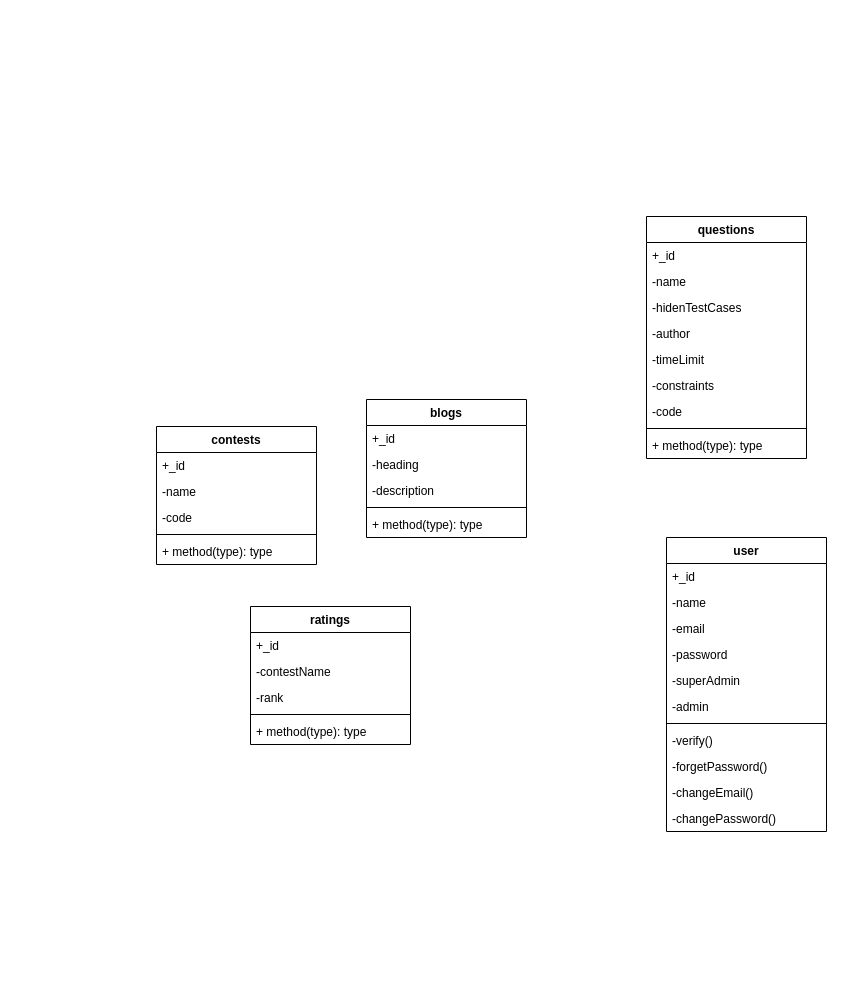
Before: classDiagram.drawio in 00sukhjeet00/codechef-clone-diagrams, a draw.io diagram. Source tidied: cells renumbered, new cells numbered last; positions are measured from the earlier drawing's top-left corner, leaving out a move shared by most shapes. Both pictures are drawn from the tidied source at 100%, with x=0, y=0 at pixel (156, 216).
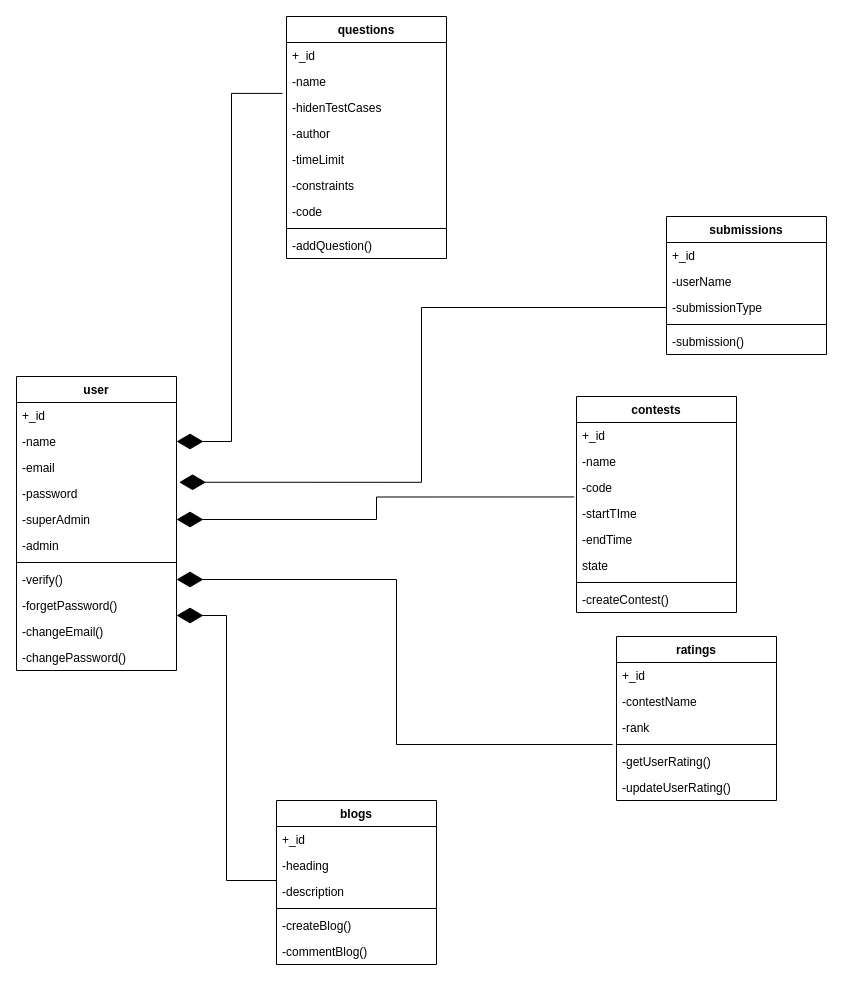
The same diagram, later.

The change refers to these unchanged cells:
```xml
<mxCell id="4" value="-name" style="text;strokeColor=none;fillColor=none;align=left;verticalAlign=top;spacingLeft=4;spacingRight=4;overflow=hidden;points=[[0,0.5],[1,0.5]];portConstraint=eastwest;" parent="2" vertex="1">
  <mxGeometry y="52" width="160" height="26" as="geometry" />
</mxCell>
<mxCell id="6" value="-password" style="text;strokeColor=none;fillColor=none;align=left;verticalAlign=top;spacingLeft=4;spacingRight=4;overflow=hidden;points=[[0,0.5],[1,0.5]];portConstraint=eastwest;" parent="2" vertex="1">
  <mxGeometry y="104" width="160" height="26" as="geometry" />
</mxCell>
<mxCell id="7" value="-superAdmin" style="text;strokeColor=none;fillColor=none;align=left;verticalAlign=top;spacingLeft=4;spacingRight=4;overflow=hidden;points=[[0,0.5],[1,0.5]];portConstraint=eastwest;" parent="2" vertex="1">
  <mxGeometry y="130" width="160" height="26" as="geometry" />
</mxCell>
<mxCell id="10" value="-verify()" style="text;strokeColor=none;fillColor=none;align=left;verticalAlign=top;spacingLeft=4;spacingRight=4;overflow=hidden;points=[[0,0.5],[1,0.5]];portConstraint=eastwest;" parent="2" vertex="1">
  <mxGeometry y="190" width="160" height="26" as="geometry" />
</mxCell>
<mxCell id="11" value="-forgetPassword()" style="text;strokeColor=none;fillColor=none;align=left;verticalAlign=top;spacingLeft=4;spacingRight=4;overflow=hidden;points=[[0,0.5],[1,0.5]];portConstraint=eastwest;" parent="2" vertex="1">
  <mxGeometry y="216" width="160" height="26" as="geometry" />
</mxCell>
<mxCell id="23" value="-description" style="text;strokeColor=none;fillColor=none;align=left;verticalAlign=top;spacingLeft=4;spacingRight=4;overflow=hidden;points=[[0,0.5],[1,0.5]];portConstraint=eastwest;" parent="20" vertex="1">
  <mxGeometry y="78" width="160" height="26" as="geometry" />
</mxCell>
<mxCell id="35" value="-hidenTestCases" style="text;strokeColor=none;fillColor=none;align=left;verticalAlign=top;spacingLeft=4;spacingRight=4;overflow=hidden;points=[[0,0.5],[1,0.5]];portConstraint=eastwest;" parent="32" vertex="1">
  <mxGeometry y="78" width="160" height="26" as="geometry" />
</mxCell>
```

Change to the diagram source:
```diff
@@
     <mxCell id="2" value="user" style="swimlane;fontStyle=1;align=center;verticalAlign=top;horizontal=1;startSize=26;" parent="1" vertex="1">
-      <mxGeometry x="510" y="321" width="160" height="294" as="geometry" />
+      <mxGeometry x="-140" y="160" width="160" height="294" as="geometry" />
     </mxCell>
@@
     <mxCell id="14" value="contests" style="swimlane;fontStyle=1;align=center;verticalAlign=top;horizontal=1;startSize=26;" parent="1" vertex="1">
-      <mxGeometry y="210" width="160" height="138" as="geometry" />
+      <mxGeometry x="420" y="180" width="160" height="216" as="geometry" />
     </mxCell>
@@
+    <mxCell id="42" value="-startTIme" style="text;strokeColor=none;fillColor=none;align=left;verticalAlign=top;spacingLeft=4;spacingRight=4;overflow=hidden;points=[[0,0.5],[1,0.5]];portConstraint=eastwest;" parent="14" vertex="1">
+      <mxGeometry y="104" width="160" height="26" as="geometry" />
+    </mxCell>
+    <mxCell id="43" value="-endTime" style="text;strokeColor=none;fillColor=none;align=left;verticalAlign=top;spacingLeft=4;spacingRight=4;overflow=hidden;" parent="14" vertex="1">
+      <mxGeometry y="130" width="160" height="26" as="geometry" />
+    </mxCell>
+    <mxCell id="44" value="state" style="text;strokeColor=none;fillColor=none;align=left;verticalAlign=top;spacingLeft=4;spacingRight=4;overflow=hidden;" parent="14" vertex="1">
+      <mxGeometry y="156" width="160" height="26" as="geometry" />
+    </mxCell>
     <mxCell id="18" style="line;strokeWidth=1;fillColor=none;align=left;verticalAlign=middle;spacingTop=-1;spacingLeft=3;spacingRight=3;labelPosition=right;" parent="14" vertex="1">
-      <mxGeometry y="104" width="160" height="8" as="geometry" />
+      <mxGeometry y="182" width="160" height="8" as="geometry" />
     </mxCell>
-    <mxCell id="19" value="+ method(type): type" style="text;strokeColor=none;fillColor=none;align=left;verticalAlign=top;spacingLeft=4;spacingRight=4;overflow=hidden;" parent="14" vertex="1">
-      <mxGeometry y="112" width="160" height="26" as="geometry" />
+    <mxCell id="19" value="-createContest()" style="text;strokeColor=none;fillColor=none;align=left;verticalAlign=top;spacingLeft=4;spacingRight=4;overflow=hidden;" parent="14" vertex="1">
+      <mxGeometry y="190" width="160" height="26" as="geometry" />
     </mxCell>
     <mxCell id="20" value="blogs" style="swimlane;fontStyle=1;align=center;verticalAlign=top;horizontal=1;startSize=26;" parent="1" vertex="1">
-      <mxGeometry x="210" y="183" width="160" height="138" as="geometry" />
+      <mxGeometry x="120" y="584" width="160" height="164" as="geometry" />
     </mxCell>
@@
-    <mxCell id="25" value="+ method(type): type" style="text;strokeColor=none;fillColor=none;align=left;verticalAlign=top;spacingLeft=4;spacingRight=4;overflow=hidden;" parent="20" vertex="1">
+    <mxCell id="25" value="-createBlog()" style="text;strokeColor=none;fillColor=none;align=left;verticalAlign=top;spacingLeft=4;spacingRight=4;overflow=hidden;" parent="20" vertex="1">
       <mxGeometry y="112" width="160" height="26" as="geometry" />
     </mxCell>
+    <mxCell id="45" value="-commentBlog()" style="text;strokeColor=none;fillColor=none;align=left;verticalAlign=top;spacingLeft=4;spacingRight=4;overflow=hidden;" parent="20" vertex="1">
+      <mxGeometry y="138" width="160" height="26" as="geometry" />
+    </mxCell>
     <mxCell id="26" value="ratings" style="swimlane;fontStyle=1;align=center;verticalAlign=top;horizontal=1;startSize=26;" parent="1" vertex="1">
-      <mxGeometry x="94" y="390" width="160" height="138" as="geometry" />
+      <mxGeometry x="460" y="420" width="160" height="164" as="geometry" />
     </mxCell>
@@
-    <mxCell id="31" value="+ method(type): type" style="text;strokeColor=none;fillColor=none;align=left;verticalAlign=top;spacingLeft=4;spacingRight=4;overflow=hidden;points=[[0,0.5],[1,0.5]];portConstraint=eastwest;" parent="26" vertex="1">
+    <mxCell id="31" value="-getUserRating()" style="text;strokeColor=none;fillColor=none;align=left;verticalAlign=top;spacingLeft=4;spacingRight=4;overflow=hidden;points=[[0,0.5],[1,0.5]];portConstraint=eastwest;" parent="26" vertex="1">
       <mxGeometry y="112" width="160" height="26" as="geometry" />
     </mxCell>
+    <mxCell id="46" value="-updateUserRating()" style="text;strokeColor=none;fillColor=none;align=left;verticalAlign=top;spacingLeft=4;spacingRight=4;overflow=hidden;" parent="26" vertex="1">
+      <mxGeometry y="138" width="160" height="26" as="geometry" />
+    </mxCell>
     <mxCell id="32" value="questions" style="swimlane;fontStyle=1;align=center;verticalAlign=top;horizontal=1;startSize=26;" parent="1" vertex="1">
-      <mxGeometry x="490" width="160" height="242" as="geometry" />
+      <mxGeometry x="130" y="-200" width="160" height="242" as="geometry" />
     </mxCell>
@@
-    <mxCell id="41" value="+ method(type): type" style="text;strokeColor=none;fillColor=none;align=left;verticalAlign=top;spacingLeft=4;spacingRight=4;overflow=hidden;" parent="32" vertex="1">
+    <mxCell id="41" value="-addQuestion()" style="text;strokeColor=none;fillColor=none;align=left;verticalAlign=top;spacingLeft=4;spacingRight=4;overflow=hidden;" parent="32" vertex="1">
       <mxGeometry y="216" width="160" height="26" as="geometry" />
     </mxCell>
+    <mxCell id="47" style="endArrow=diamondThin;endFill=1;endSize=24;html=1;rounded=0;exitX=-0.025;exitY=-0.041;exitDx=0;exitDy=0;exitPerimeter=0;entryX=1;entryY=0.5;entryDx=0;entryDy=0;edgeStyle=orthogonalEdgeStyle;" parent="1" edge="1" source="35" target="4">
+      <mxGeometry relative="1" as="geometry" />
+    </mxCell>
+    <mxCell id="48" value="submissions" style="swimlane;fontStyle=1;align=center;verticalAlign=top;horizontal=1;startSize=26;" parent="1" vertex="1">
+      <mxGeometry x="510" width="160" height="138" as="geometry" />
+    </mxCell>
+    <mxCell id="49" value="+_id" style="text;strokeColor=none;fillColor=none;align=left;verticalAlign=top;spacingLeft=4;spacingRight=4;overflow=hidden;" parent="48" vertex="1">
+      <mxGeometry y="26" width="160" height="26" as="geometry" />
+    </mxCell>
+    <mxCell id="50" value="-userName" style="text;strokeColor=none;fillColor=none;align=left;verticalAlign=top;spacingLeft=4;spacingRight=4;overflow=hidden;" parent="48" vertex="1">
+      <mxGeometry y="52" width="160" height="26" as="geometry" />
+    </mxCell>
+    <mxCell id="51" value="-submissionType" style="text;strokeColor=none;fillColor=none;align=left;verticalAlign=top;spacingLeft=4;spacingRight=4;overflow=hidden;points=[[0,0.5],[1,0.5]];portConstraint=eastwest;" parent="48" vertex="1">
+      <mxGeometry y="78" width="160" height="26" as="geometry" />
+    </mxCell>
+    <mxCell id="52" style="line;strokeWidth=1;fillColor=none;align=left;verticalAlign=middle;spacingTop=-1;spacingLeft=3;spacingRight=3;labelPosition=right;" parent="48" vertex="1">
+      <mxGeometry y="104" width="160" height="8" as="geometry" />
+    </mxCell>
+    <mxCell id="53" value="-submission()" style="text;strokeColor=none;fillColor=none;align=left;verticalAlign=top;spacingLeft=4;spacingRight=4;overflow=hidden;" parent="48" vertex="1">
+      <mxGeometry y="112" width="160" height="26" as="geometry" />
+    </mxCell>
+    <mxCell id="54" style="endArrow=diamondThin;endFill=1;endSize=24;html=1;rounded=0;exitX=-0.014;exitY=-0.136;exitDx=0;exitDy=0;exitPerimeter=0;entryX=1;entryY=0.5;entryDx=0;entryDy=0;edgeStyle=orthogonalEdgeStyle;" parent="1" edge="1" source="42" target="7">
+      <mxGeometry relative="1" as="geometry">
+        <Array as="points">
+          <mxPoint x="220" y="281" />
+          <mxPoint x="220" y="303" />
+        </Array>
+      </mxGeometry>
+    </mxCell>
+    <mxCell id="55" style="endArrow=diamondThin;endFill=1;endSize=24;html=1;rounded=0;exitX=0;exitY=0.077;exitDx=0;exitDy=0;exitPerimeter=0;entryX=1;entryY=0.885;entryDx=0;entryDy=0;entryPerimeter=0;edgeStyle=orthogonalEdgeStyle;" parent="1" edge="1" source="23" target="11">
+      <mxGeometry relative="1" as="geometry" />
+    </mxCell>
+    <mxCell id="56" style="endArrow=diamondThin;endFill=1;endSize=24;html=1;rounded=0;exitX=0;exitY=0.5;exitDx=0;exitDy=0;entryX=1.016;entryY=0.068;entryDx=0;entryDy=0;entryPerimeter=0;edgeStyle=orthogonalEdgeStyle;" parent="1" edge="1" source="51" target="6">
+      <mxGeometry relative="1" as="geometry" />
+    </mxCell>
+    <mxCell id="57" style="endArrow=diamondThin;endFill=1;endSize=24;html=1;rounded=0;exitX=-0.025;exitY=-0.154;exitDx=0;exitDy=0;exitPerimeter=0;entryX=1;entryY=0.5;entryDx=0;entryDy=0;edgeStyle=orthogonalEdgeStyle;" parent="1" edge="1" source="31" target="10">
+      <mxGeometry relative="1" as="geometry" />
+    </mxCell>
```
